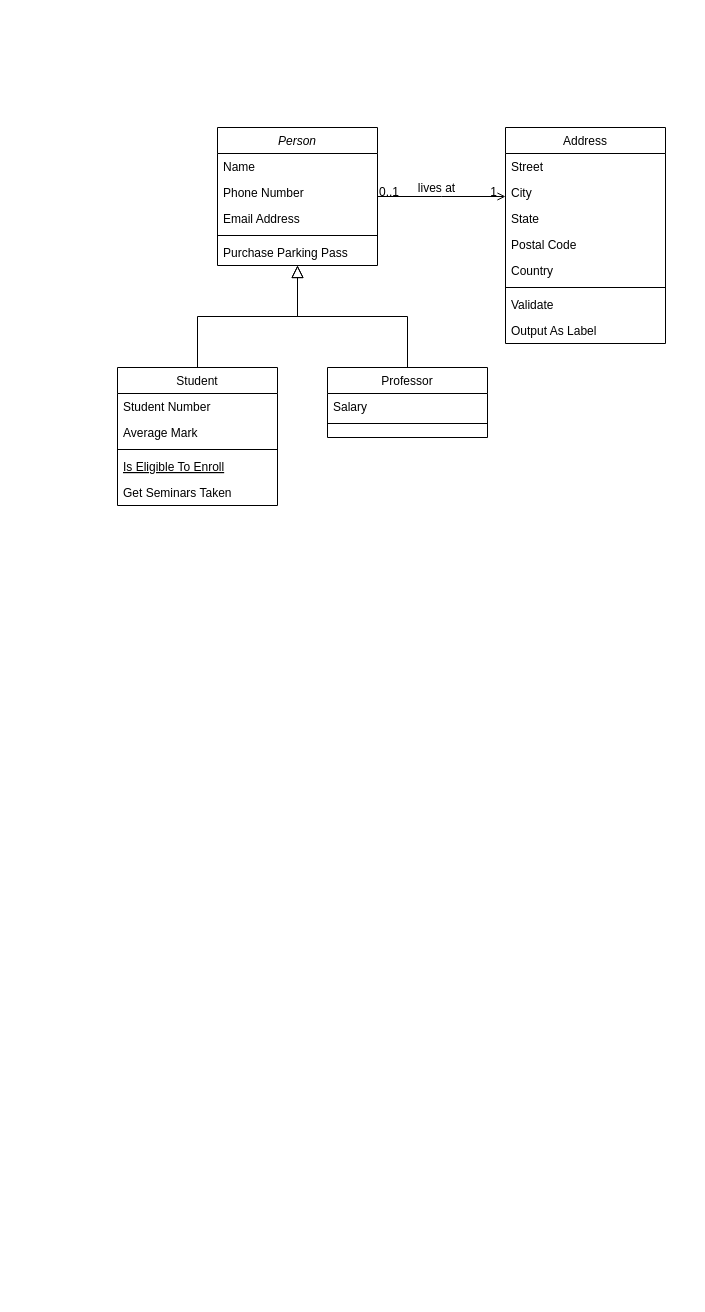
AleksandrBohan/diagram_for_project_group3_JWD keeps this draw.io diagram as Untitled Diagram.drawio. Above is the earlier version. Source tidied: cells renumbered, new cells numbered last; positions are measured from the earlier drawing's top-left corner, leaving out a move shared by most shapes. Both pictures are drawn from the tidied source at 100%, with x=0, y=0 at pixel (117, 127).
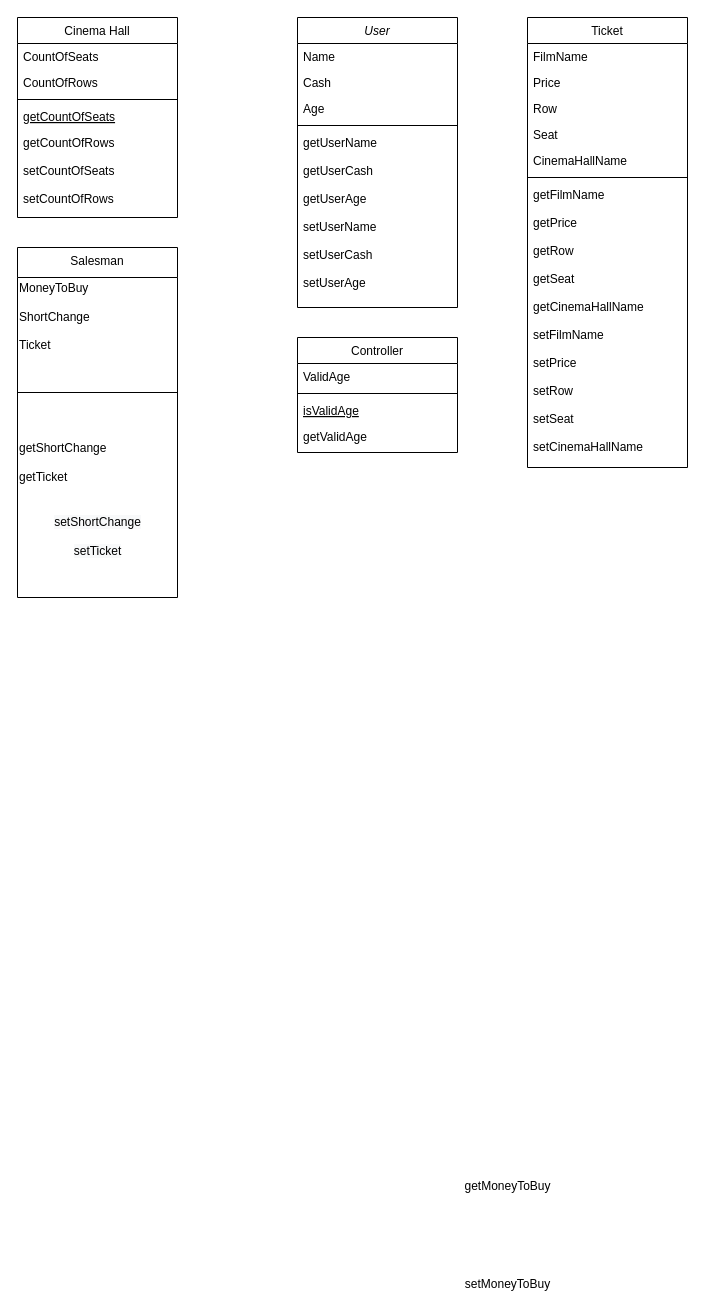
After the change.

Diff of the diagram source:
```diff
@@
-    <mxCell id="2" value="Person" style="swimlane;fontStyle=2;align=center;verticalAlign=top;horizontal=1;startSize=26;rounded=0;shadow=0;strokeWidth=1;" parent="1" vertex="1">
-      <mxGeometry x="100" width="160" height="138" as="geometry" />
+    <mxCell id="2" value="User" style="swimlane;fontStyle=2;align=center;verticalAlign=top;horizontal=1;startSize=26;rounded=0;shadow=0;strokeWidth=1;" parent="1" vertex="1">
+      <mxGeometry x="180" y="-110" width="160" height="290" as="geometry" />
     </mxCell>
@@
-    <mxCell id="4" value="Phone Number" style="text;align=left;verticalAlign=top;spacingLeft=4;spacingRight=4;overflow=hidden;rounded=0;shadow=0;html=0;" parent="2" vertex="1">
+    <mxCell id="4" value="Cash" style="text;align=left;verticalAlign=top;spacingLeft=4;spacingRight=4;overflow=hidden;rounded=0;shadow=0;html=0;" parent="2" vertex="1">
       <mxGeometry y="52" width="160" height="26" as="geometry" />
     </mxCell>
-    <mxCell id="5" value="Email Address" style="text;align=left;verticalAlign=top;spacingLeft=4;spacingRight=4;overflow=hidden;rounded=0;shadow=0;html=0;" parent="2" vertex="1">
+    <mxCell id="5" value="Age" style="text;align=left;verticalAlign=top;spacingLeft=4;spacingRight=4;overflow=hidden;rounded=0;shadow=0;html=0;" parent="2" vertex="1">
       <mxGeometry y="78" width="160" height="26" as="geometry" />
     </mxCell>
@@
-    <mxCell id="7" value="Purchase Parking Pass" style="text;align=left;verticalAlign=top;spacingLeft=4;spacingRight=4;overflow=hidden;" parent="2" vertex="1">
-      <mxGeometry y="112" width="160" height="26" as="geometry" />
+    <mxCell id="7" value="getUserName&#10;&#10;getUserCash&#10;&#10;getUserAge&#10;&#10;setUserName&#10;&#10;setUserCash&#10;&#10;setUserAge&#10;" style="text;align=left;verticalAlign=top;spacingLeft=4;spacingRight=4;overflow=hidden;" parent="2" vertex="1">
+      <mxGeometry y="112" width="160" height="178" as="geometry" />
     </mxCell>
-    <mxCell id="8" value="Student" style="swimlane;fontStyle=0;align=center;verticalAlign=top;horizontal=1;startSize=26;rounded=0;shadow=0;strokeWidth=1;" parent="1" vertex="1">
-      <mxGeometry y="240" width="160" height="138" as="geometry" />
+    <mxCell id="8" value="Cinema Hall" style="swimlane;fontStyle=0;align=center;verticalAlign=top;horizontal=1;startSize=26;rounded=0;shadow=0;strokeWidth=1;" parent="1" vertex="1">
+      <mxGeometry x="-100" y="-110" width="160" height="200" as="geometry" />
     </mxCell>
-    <mxCell id="9" value="Student Number" style="text;align=left;verticalAlign=top;spacingLeft=4;spacingRight=4;overflow=hidden;" parent="8" vertex="1">
+    <mxCell id="9" value="CountOfSeats" style="text;align=left;verticalAlign=top;spacingLeft=4;spacingRight=4;overflow=hidden;" parent="8" vertex="1">
       <mxGeometry y="26" width="160" height="26" as="geometry" />
     </mxCell>
-    <mxCell id="10" value="Average Mark" style="text;align=left;verticalAlign=top;spacingLeft=4;spacingRight=4;overflow=hidden;rounded=0;shadow=0;html=0;" parent="8" vertex="1">
+    <mxCell id="10" value="CountOfRows" style="text;align=left;verticalAlign=top;spacingLeft=4;spacingRight=4;overflow=hidden;rounded=0;shadow=0;html=0;" parent="8" vertex="1">
       <mxGeometry y="52" width="160" height="26" as="geometry" />
     </mxCell>
@@
-    <mxCell id="12" value="Is Eligible To Enroll" style="text;align=left;verticalAlign=top;spacingLeft=4;spacingRight=4;overflow=hidden;fontStyle=4;" parent="8" vertex="1">
+    <mxCell id="12" value="getCountOfSeats" style="text;align=left;verticalAlign=top;spacingLeft=4;spacingRight=4;overflow=hidden;fontStyle=4;" parent="8" vertex="1">
       <mxGeometry y="86" width="160" height="26" as="geometry" />
     </mxCell>
-    <mxCell id="13" value="Get Seminars Taken" style="text;align=left;verticalAlign=top;spacingLeft=4;spacingRight=4;overflow=hidden;" parent="8" vertex="1">
-      <mxGeometry y="112" width="160" height="26" as="geometry" />
+    <mxCell id="13" value="getCountOfRows&#10;&#10;setCountOfSeats&#10;&#10;setCountOfRows" style="text;align=left;verticalAlign=top;spacingLeft=4;spacingRight=4;overflow=hidden;" parent="8" vertex="1">
+      <mxGeometry y="112" width="160" height="88" as="geometry" />
     </mxCell>
-    <mxCell id="14" style="endArrow=block;endSize=10;endFill=0;shadow=0;strokeWidth=1;rounded=0;edgeStyle=elbowEdgeStyle;elbow=vertical;" parent="1" edge="1" source="8" target="2">
-      <mxGeometry relative="1" as="geometry" />
-    </mxCell>
-    <mxCell id="15" value="Professor" style="swimlane;fontStyle=0;align=center;verticalAlign=top;horizontal=1;startSize=26;rounded=0;shadow=0;strokeWidth=1;" parent="1" vertex="1">
-      <mxGeometry x="210" y="240" width="160" height="70" as="geometry" />
+    <mxCell id="15" value="Salesman" style="swimlane;fontStyle=0;align=center;verticalAlign=top;horizontal=1;startSize=30;rounded=0;shadow=0;strokeWidth=1;" parent="1" vertex="1">
+      <mxGeometry x="-100" y="120" width="160" height="350" as="geometry" />
     </mxCell>
-    <mxCell id="16" value="Salary" style="text;align=left;verticalAlign=top;spacingLeft=4;spacingRight=4;overflow=hidden;" parent="15" vertex="1">
-      <mxGeometry y="26" width="160" height="26" as="geometry" />
-    </mxCell>
+    <mxCell id="32" value="MoneyToBuy&lt;br&gt;&lt;br&gt;ShortChange" style="text;html=1;strokeColor=none;fillColor=none;align=left;verticalAlign=middle;whiteSpace=wrap;rounded=0;" parent="15" vertex="1">
+      <mxGeometry y="30" width="160" height="50" as="geometry" />
+    </mxCell>
+    <mxCell id="33" value="&lt;br&gt;Ticket" style="text;html=1;strokeColor=none;fillColor=none;align=left;verticalAlign=middle;whiteSpace=wrap;rounded=0;" parent="15" vertex="1">
+      <mxGeometry y="80" width="160" height="20" as="geometry" />
+    </mxCell>
     <mxCell id="17" style="line;html=1;strokeWidth=1;align=left;verticalAlign=middle;spacingTop=-1;spacingLeft=3;spacingRight=3;labelPosition=right;" parent="15" vertex="1">
-      <mxGeometry y="52" width="160" height="8" as="geometry" />
+      <mxGeometry y="100" width="160" height="90" as="geometry" />
     </mxCell>
-    <mxCell id="18" style="endArrow=block;endSize=10;endFill=0;shadow=0;strokeWidth=1;rounded=0;edgeStyle=elbowEdgeStyle;elbow=vertical;" parent="1" edge="1" source="15" target="2">
-      <mxGeometry relative="1" as="geometry" />
-    </mxCell>
+    <mxCell id="34" value="getShortChange&lt;br&gt;&lt;br&gt;getTicket" style="text;html=1;align=left;verticalAlign=middle;strokeColor=none;fillColor=none;" parent="15" vertex="1">
+      <mxGeometry y="190" width="160" height="50" as="geometry" />
+    </mxCell>
+    <mxCell id="35" value="&lt;br&gt;&lt;br&gt;&lt;span style=&quot;color: rgb(0 , 0 , 0) ; font-family: &amp;#34;helvetica&amp;#34; ; font-size: 12px ; font-style: normal ; font-weight: 400 ; letter-spacing: normal ; text-align: left ; text-indent: 0px ; text-transform: none ; word-spacing: 0px ; background-color: rgb(248 , 249 , 250) ; display: inline ; float: none&quot;&gt;setShortChange&lt;/span&gt;&lt;br style=&quot;color: rgb(0 , 0 , 0) ; font-family: &amp;#34;helvetica&amp;#34; ; font-size: 12px ; font-style: normal ; font-weight: 400 ; letter-spacing: normal ; text-align: left ; text-indent: 0px ; text-transform: none ; word-spacing: 0px ; background-color: rgb(248 , 249 , 250)&quot;&gt;&lt;br style=&quot;color: rgb(0 , 0 , 0) ; font-family: &amp;#34;helvetica&amp;#34; ; font-size: 12px ; font-style: normal ; font-weight: 400 ; letter-spacing: normal ; text-align: left ; text-indent: 0px ; text-transform: none ; word-spacing: 0px ; background-color: rgb(248 , 249 , 250)&quot;&gt;&lt;span style=&quot;color: rgb(0 , 0 , 0) ; font-family: &amp;#34;helvetica&amp;#34; ; font-size: 12px ; font-style: normal ; font-weight: 400 ; letter-spacing: normal ; text-align: left ; text-indent: 0px ; text-transform: none ; word-spacing: 0px ; background-color: rgb(248 , 249 , 250) ; display: inline ; float: none&quot;&gt;setTicket&lt;/span&gt;&lt;br&gt;" style="text;html=1;align=center;verticalAlign=middle;strokeColor=none;fillColor=none;" parent="15" vertex="1">
+      <mxGeometry y="240" width="160" height="70" as="geometry" />
+    </mxCell>
-    <mxCell id="19" value="Address" style="swimlane;fontStyle=0;align=center;verticalAlign=top;horizontal=1;startSize=26;rounded=0;shadow=0;strokeWidth=1;" parent="1" vertex="1">
-      <mxGeometry x="388" width="160" height="216" as="geometry" />
+    <mxCell id="19" value="Ticket" style="swimlane;fontStyle=0;align=center;verticalAlign=top;horizontal=1;startSize=26;rounded=0;shadow=0;strokeWidth=1;" parent="1" vertex="1">
+      <mxGeometry x="410" y="-110" width="160" height="450" as="geometry" />
     </mxCell>
-    <mxCell id="20" value="Street" style="text;align=left;verticalAlign=top;spacingLeft=4;spacingRight=4;overflow=hidden;" parent="19" vertex="1">
+    <mxCell id="20" value="FilmName" style="text;align=left;verticalAlign=top;spacingLeft=4;spacingRight=4;overflow=hidden;" parent="19" vertex="1">
       <mxGeometry y="26" width="160" height="26" as="geometry" />
     </mxCell>
-    <mxCell id="21" value="City" style="text;align=left;verticalAlign=top;spacingLeft=4;spacingRight=4;overflow=hidden;rounded=0;shadow=0;html=0;" parent="19" vertex="1">
+    <mxCell id="21" value="Price" style="text;align=left;verticalAlign=top;spacingLeft=4;spacingRight=4;overflow=hidden;rounded=0;shadow=0;html=0;" parent="19" vertex="1">
       <mxGeometry y="52" width="160" height="26" as="geometry" />
     </mxCell>
-    <mxCell id="22" value="State" style="text;align=left;verticalAlign=top;spacingLeft=4;spacingRight=4;overflow=hidden;rounded=0;shadow=0;html=0;" parent="19" vertex="1">
+    <mxCell id="22" value="Row" style="text;align=left;verticalAlign=top;spacingLeft=4;spacingRight=4;overflow=hidden;rounded=0;shadow=0;html=0;" parent="19" vertex="1">
       <mxGeometry y="78" width="160" height="26" as="geometry" />
     </mxCell>
-    <mxCell id="23" value="Postal Code" style="text;align=left;verticalAlign=top;spacingLeft=4;spacingRight=4;overflow=hidden;rounded=0;shadow=0;html=0;" parent="19" vertex="1">
+    <mxCell id="23" value="Seat" style="text;align=left;verticalAlign=top;spacingLeft=4;spacingRight=4;overflow=hidden;rounded=0;shadow=0;html=0;" parent="19" vertex="1">
       <mxGeometry y="104" width="160" height="26" as="geometry" />
     </mxCell>
-    <mxCell id="24" value="Country" style="text;align=left;verticalAlign=top;spacingLeft=4;spacingRight=4;overflow=hidden;rounded=0;shadow=0;html=0;" parent="19" vertex="1">
+    <mxCell id="24" value="CinemaHallName" style="text;align=left;verticalAlign=top;spacingLeft=4;spacingRight=4;overflow=hidden;rounded=0;shadow=0;html=0;" parent="19" vertex="1">
       <mxGeometry y="130" width="160" height="26" as="geometry" />
     </mxCell>
@@
-    <mxCell id="26" value="Validate" style="text;align=left;verticalAlign=top;spacingLeft=4;spacingRight=4;overflow=hidden;" parent="19" vertex="1">
-      <mxGeometry y="164" width="160" height="26" as="geometry" />
-    </mxCell>
-    <mxCell id="27" value="Output As Label" style="text;align=left;verticalAlign=top;spacingLeft=4;spacingRight=4;overflow=hidden;" parent="19" vertex="1">
-      <mxGeometry y="190" width="160" height="26" as="geometry" />
+    <mxCell id="27" value="getFilmName&#10;&#10;getPrice&#10;&#10;getRow&#10;&#10;getSeat&#10;&#10;getCinemaHallName&#10;&#10;setFilmName&#10;&#10;setPrice&#10;&#10;setRow&#10;&#10;setSeat&#10;&#10;setCinemaHallName&#10;&#10;&#10;" style="text;align=left;verticalAlign=top;spacingLeft=4;spacingRight=4;overflow=hidden;" parent="19" vertex="1">
+      <mxGeometry y="164" width="160" height="286" as="geometry" />
     </mxCell>
-    <mxCell id="28" style="endArrow=open;shadow=0;strokeWidth=1;rounded=0;endFill=1;edgeStyle=elbowEdgeStyle;elbow=vertical;" parent="1" edge="1" source="2" target="19">
-      <mxGeometry x="0.5" y="41" relative="1" as="geometry">
-        <mxPoint x="-40" y="32" as="offset" />
-      </mxGeometry>
-    </mxCell>
-    <mxCell id="29" value="0..1" style="align=left;verticalAlign=bottom;labelBackgroundColor=none;fontSize=12;" parent="28" vertex="1">
-      <mxGeometry x="-1" relative="1" as="geometry">
-        <mxPoint y="4" as="offset" />
-      </mxGeometry>
-    </mxCell>
-    <mxCell id="30" value="1" style="align=right;verticalAlign=bottom;labelBackgroundColor=none;fontSize=12;" parent="28" vertex="1">
-      <mxGeometry x="1" relative="1" as="geometry">
-        <mxPoint x="-7" y="4" as="offset" />
-      </mxGeometry>
-    </mxCell>
-    <mxCell id="31" value="lives at" style="text;html=1;align=center;verticalAlign=middle;labelBackgroundColor=none;rounded=0;shadow=0;strokeWidth=1;fontSize=12;" parent="28" vertex="1">
-      <mxGeometry x="0.5" y="49" relative="1" as="geometry">
-        <mxPoint x="-38" y="40" as="offset" />
-      </mxGeometry>
-    </mxCell>
+    <mxCell id="36" value="getMoneyToBuy&lt;br&gt;" style="text;html=1;align=center;verticalAlign=middle;strokeColor=none;fillColor=none;" parent="1" vertex="1">
+      <mxGeometry x="340" y="1049" width="100" height="20" as="geometry" />
+    </mxCell>
+    <mxCell id="37" value="setMoneyToBuy" style="text;html=1;align=center;verticalAlign=middle;strokeColor=none;fillColor=none;" parent="1" vertex="1">
+      <mxGeometry x="340" y="1147" width="100" height="20" as="geometry" />
+    </mxCell>
+    <mxCell id="38" value="Controller" style="swimlane;fontStyle=0;align=center;verticalAlign=top;horizontal=1;startSize=26;rounded=0;shadow=0;strokeWidth=1;" parent="1" vertex="1">
+      <mxGeometry x="180" y="210" width="160" height="115" as="geometry" />
+    </mxCell>
+    <mxCell id="39" value="ValidAge" style="text;align=left;verticalAlign=top;spacingLeft=4;spacingRight=4;overflow=hidden;" parent="38" vertex="1">
+      <mxGeometry y="26" width="160" height="26" as="geometry" />
+    </mxCell>
+    <mxCell id="40" style="line;html=1;strokeWidth=1;align=left;verticalAlign=middle;spacingTop=-1;spacingLeft=3;spacingRight=3;labelPosition=right;" parent="38" vertex="1">
+      <mxGeometry y="52" width="160" height="8" as="geometry" />
+    </mxCell>
+    <mxCell id="41" value="isValidAge" style="text;align=left;verticalAlign=top;spacingLeft=4;spacingRight=4;overflow=hidden;fontStyle=4;" parent="38" vertex="1">
+      <mxGeometry y="60" width="160" height="26" as="geometry" />
+    </mxCell>
+    <mxCell id="42" value="getValidAge" style="text;align=left;verticalAlign=top;spacingLeft=4;spacingRight=4;overflow=hidden;" parent="38" vertex="1">
+      <mxGeometry y="86" width="160" height="24" as="geometry" />
+    </mxCell>
```
